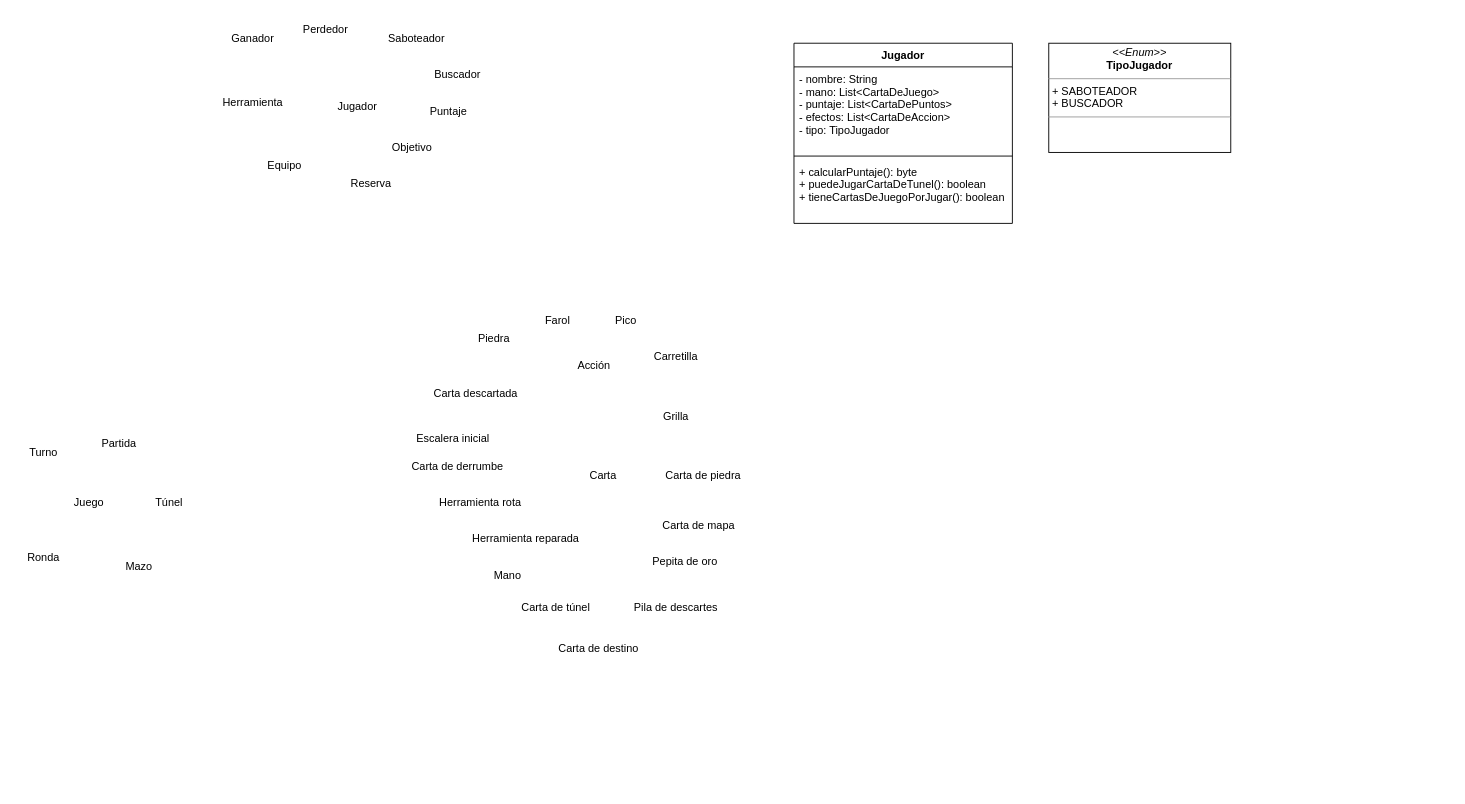
exe-quiel/saboteur-unlu-poo keeps this draw.io diagram as page "Sustantivos" (1 of 2) of Saboteur-UML.drawio. Above is the earlier version. Source tidied: cells renumbered, new cells numbered last; positions are measured from the earlier drawing's top-left corner, leaving out a move shared by most shapes. Both pictures are drawn from the tidied source at 91%, with x=0, y=0 at pixel (15, 15).
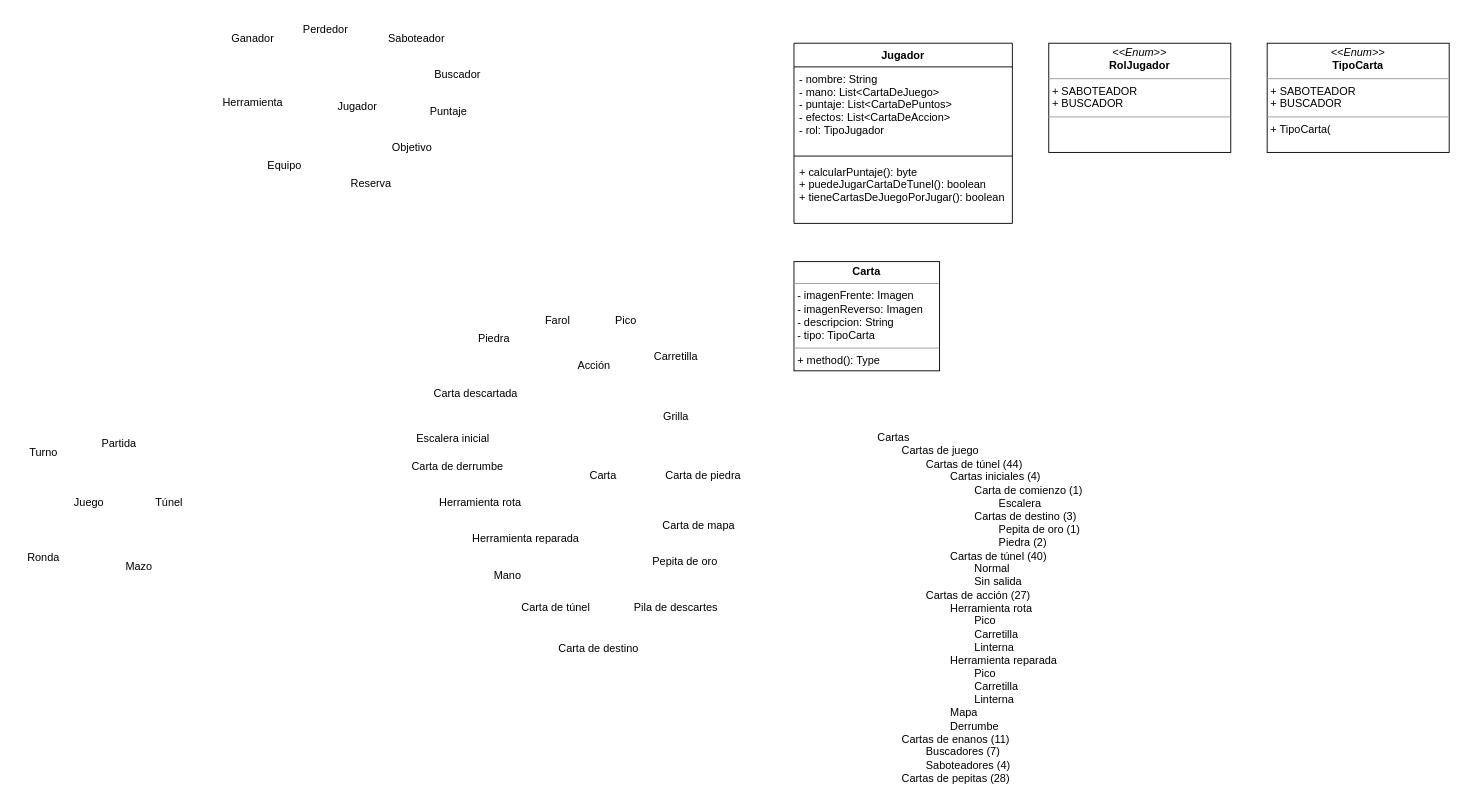
The same page after the edit.

Commit message:
Sumo jerarquía de cartas

Unchanged cells that the change refers to:
```xml
<mxCell id="37" value="Jugador" style="swimlane;fontStyle=1;align=center;verticalAlign=top;horizontal=1;startSize=26;" parent="1" vertex="1">
  <mxGeometry x="855" y="30" width="240" height="198" as="geometry" />
</mxCell>
```

Change to the diagram source:
```diff
@@
-    <mxCell id="38" value="- nombre: String&#10;- mano: List&lt;CartaDeJuego&gt;&#10;- puntaje: List&lt;CartaDePuntos&gt;&#10;- efectos: List&lt;CartaDeAccion&gt;&#10;- tipo: TipoJugador" style="text;strokeColor=none;fillColor=none;align=left;verticalAlign=top;spacingLeft=4;spacingRight=4;overflow=hidden;" parent="37" vertex="1">
+    <mxCell id="38" value="- nombre: String&#10;- mano: List&lt;CartaDeJuego&gt;&#10;- puntaje: List&lt;CartaDePuntos&gt;&#10;- efectos: List&lt;CartaDeAccion&gt;&#10;- rol: TipoJugador" style="text;strokeColor=none;fillColor=none;align=left;verticalAlign=top;spacingLeft=4;spacingRight=4;overflow=hidden;" parent="37" vertex="1">
       <mxGeometry y="26" width="240" height="94" as="geometry" />
     </mxCell>
@@
-    <mxCell id="41" value="&lt;p style=&quot;margin:0px;margin-top:4px;text-align:center;&quot;&gt;&lt;i&gt;&amp;lt;&amp;lt;Enum&amp;gt;&amp;gt;&lt;/i&gt;&lt;br&gt;&lt;b&gt;TipoJugador&lt;/b&gt;&lt;/p&gt;&lt;hr size=&quot;1&quot;&gt;&lt;p style=&quot;margin:0px;margin-left:4px;&quot;&gt;+ SABOTEADOR&lt;br&gt;+ BUSCADOR&lt;/p&gt;&lt;hr size=&quot;1&quot;&gt;&lt;p style=&quot;margin:0px;margin-left:4px;&quot;&gt;&lt;br&gt;&lt;/p&gt;" style="verticalAlign=top;align=left;overflow=fill;fontSize=12;fontFamily=Helvetica;html=1;" parent="1" vertex="1">
+    <mxCell id="41" value="&lt;p style=&quot;margin:0px;margin-top:4px;text-align:center;&quot;&gt;&lt;i&gt;&amp;lt;&amp;lt;Enum&amp;gt;&amp;gt;&lt;/i&gt;&lt;br&gt;&lt;b&gt;RolJugador&lt;/b&gt;&lt;/p&gt;&lt;hr size=&quot;1&quot;&gt;&lt;p style=&quot;margin:0px;margin-left:4px;&quot;&gt;+ SABOTEADOR&lt;br&gt;+ BUSCADOR&lt;/p&gt;&lt;hr size=&quot;1&quot;&gt;&lt;p style=&quot;margin:0px;margin-left:4px;&quot;&gt;&lt;br&gt;&lt;/p&gt;" style="verticalAlign=top;align=left;overflow=fill;fontSize=12;fontFamily=Helvetica;html=1;" parent="1" vertex="1">
       <mxGeometry x="1135" y="30" width="200" height="120" as="geometry" />
     </mxCell>
+    <mxCell id="42" value="&lt;p style=&quot;margin:0px;margin-top:4px;text-align:center;&quot;&gt;&lt;b&gt;Carta&lt;/b&gt;&lt;/p&gt;&lt;hr size=&quot;1&quot;&gt;&lt;p style=&quot;margin:0px;margin-left:4px;&quot;&gt;- imagenFrente: Imagen&lt;/p&gt;&lt;p style=&quot;margin:0px;margin-left:4px;&quot;&gt;- imagenReverso: Imagen&lt;/p&gt;&lt;p style=&quot;margin:0px;margin-left:4px;&quot;&gt;- descripcion: String&lt;/p&gt;&lt;p style=&quot;margin:0px;margin-left:4px;&quot;&gt;- tipo: TipoCarta&lt;/p&gt;&lt;hr size=&quot;1&quot;&gt;&lt;p style=&quot;margin:0px;margin-left:4px;&quot;&gt;+ method(): Type&lt;/p&gt;" style="verticalAlign=top;align=left;overflow=fill;fontSize=12;fontFamily=Helvetica;html=1;" parent="1" vertex="1">
+      <mxGeometry x="855" y="270" width="160" height="120" as="geometry" />
+    </mxCell>
+    <mxCell id="43" value="&lt;p style=&quot;margin:0px;margin-top:4px;text-align:center;&quot;&gt;&lt;i&gt;&amp;lt;&amp;lt;Enum&amp;gt;&amp;gt;&lt;/i&gt;&lt;br&gt;&lt;b&gt;TipoCarta&lt;/b&gt;&lt;/p&gt;&lt;hr size=&quot;1&quot;&gt;&lt;p style=&quot;margin:0px;margin-left:4px;&quot;&gt;+ SABOTEADOR&lt;br&gt;+ BUSCADOR&lt;/p&gt;&lt;hr size=&quot;1&quot;&gt;&lt;p style=&quot;margin:0px;margin-left:4px;&quot;&gt;+ TipoCarta(&lt;/p&gt;" style="verticalAlign=top;align=left;overflow=fill;fontSize=12;fontFamily=Helvetica;html=1;" parent="1" vertex="1">
+      <mxGeometry x="1375" y="30" width="200" height="120" as="geometry" />
+    </mxCell>
+    <mxCell id="44" value="Cartas&lt;br&gt;&lt;span style=&quot;white-space: pre;&quot;&gt;&#9;&lt;/span&gt;Cartas de juego&lt;br&gt;&lt;span style=&quot;white-space: pre;&quot;&gt;&#9;&lt;/span&gt;&lt;span style=&quot;white-space: pre;&quot;&gt;&#9;&lt;/span&gt;Cartas de túnel (44)&lt;br&gt;&lt;span style=&quot;white-space: pre;&quot;&gt;&#9;&lt;/span&gt;&lt;span style=&quot;white-space: pre;&quot;&gt;&#9;&lt;/span&gt;&lt;span style=&quot;white-space: pre;&quot;&gt;&#9;&lt;/span&gt;Cartas iniciales (4)&lt;br&gt;&lt;span style=&quot;white-space: pre;&quot;&gt;&#9;&lt;/span&gt;&lt;span style=&quot;white-space: pre;&quot;&gt;&#9;&lt;/span&gt;&lt;span style=&quot;white-space: pre;&quot;&gt;&#9;&lt;/span&gt;&lt;span style=&quot;white-space: pre;&quot;&gt;&#9;&lt;/span&gt;Carta de comienzo (1)&lt;br&gt;&lt;span style=&quot;white-space: pre;&quot;&gt;&#9;&lt;/span&gt;&lt;span style=&quot;white-space: pre;&quot;&gt;&#9;&lt;/span&gt;&lt;span style=&quot;white-space: pre;&quot;&gt;&#9;&lt;/span&gt;&lt;span style=&quot;white-space: pre;&quot;&gt;&#9;&lt;/span&gt;&lt;span style=&quot;white-space: pre;&quot;&gt;&#9;&lt;/span&gt;Escalera&lt;br&gt;&lt;span style=&quot;white-space: pre;&quot;&gt;&#9;&lt;/span&gt;&lt;span style=&quot;white-space: pre;&quot;&gt;&#9;&lt;/span&gt;&lt;span style=&quot;white-space: pre;&quot;&gt;&#9;&lt;/span&gt;&lt;span style=&quot;white-space: pre;&quot;&gt;&#9;&lt;/span&gt;Cartas de destino (3)&lt;br&gt;&lt;span style=&quot;background-color: initial;&quot;&gt;&lt;span style=&quot;white-space: pre;&quot;&gt;&#9;&lt;/span&gt;&lt;span style=&quot;white-space: pre;&quot;&gt;&#9;&lt;/span&gt;&lt;span style=&quot;white-space: pre;&quot;&gt;&#9;&lt;/span&gt;&lt;span style=&quot;white-space: pre;&quot;&gt;&#9;&lt;/span&gt;&lt;span style=&quot;white-space: pre;&quot;&gt;&#9;&lt;/span&gt;Pepita de oro (1)&lt;br&gt;&lt;/span&gt;&lt;span style=&quot;background-color: initial;&quot;&gt;&lt;span style=&quot;white-space: pre;&quot;&gt;&#9;&lt;/span&gt;&lt;span style=&quot;white-space: pre;&quot;&gt;&#9;&lt;/span&gt;&lt;span style=&quot;white-space: pre;&quot;&gt;&#9;&lt;/span&gt;&lt;span style=&quot;white-space: pre;&quot;&gt;&#9;&lt;/span&gt;&lt;span style=&quot;white-space: pre;&quot;&gt;&#9;&lt;/span&gt;Piedra (2)&lt;/span&gt;&lt;span style=&quot;background-color: initial;&quot;&gt;&lt;br&gt;&lt;/span&gt;&lt;span style=&quot;white-space: pre;&quot;&gt;&#9;&lt;/span&gt;&lt;span style=&quot;white-space: pre;&quot;&gt;&#9;&lt;/span&gt;&lt;span style=&quot;white-space: pre;&quot;&gt;&#9;&lt;/span&gt;Cartas de túnel (40)&lt;br&gt;&lt;span style=&quot;white-space: pre;&quot;&gt;&#9;&lt;/span&gt;&lt;span style=&quot;white-space: pre;&quot;&gt;&#9;&lt;/span&gt;&lt;span style=&quot;white-space: pre;&quot;&gt;&#9;&lt;/span&gt;&lt;span style=&quot;white-space: pre;&quot;&gt;&#9;&lt;/span&gt;Normal&lt;br&gt;&lt;span style=&quot;white-space: pre;&quot;&gt;&#9;&lt;/span&gt;&lt;span style=&quot;white-space: pre;&quot;&gt;&#9;&lt;/span&gt;&lt;span style=&quot;white-space: pre;&quot;&gt;&#9;&lt;/span&gt;&lt;span style=&quot;white-space: pre;&quot;&gt;&#9;&lt;/span&gt;Sin salida&lt;br&gt;&lt;span style=&quot;background-color: initial;&quot;&gt;&lt;span style=&quot;white-space: pre;&quot;&gt;&#9;&lt;/span&gt;&lt;span style=&quot;white-space: pre;&quot;&gt;&#9;&lt;/span&gt;Cartas de acción (27)&lt;br&gt;&lt;/span&gt;&lt;span style=&quot;background-color: initial;&quot;&gt;&lt;span style=&quot;white-space: pre;&quot;&gt;&#9;&lt;/span&gt;&lt;span style=&quot;white-space: pre;&quot;&gt;&#9;&lt;span style=&quot;white-space: pre;&quot;&gt;&#9;&lt;/span&gt;&lt;/span&gt;Herramienta rota&lt;br&gt;&lt;/span&gt;&lt;span style=&quot;background-color: initial;&quot;&gt;&lt;span style=&quot;white-space: pre;&quot;&gt;&#9;&lt;/span&gt;&lt;span style=&quot;white-space: pre;&quot;&gt;&#9;&lt;/span&gt;&lt;span style=&quot;white-space: pre;&quot;&gt;&#9;&lt;/span&gt;&lt;span style=&quot;white-space: pre;&quot;&gt;&#9;&lt;/span&gt;Pico&lt;br&gt;&lt;/span&gt;&lt;span style=&quot;background-color: initial;&quot;&gt;&lt;span style=&quot;white-space: pre;&quot;&gt;&#9;&lt;/span&gt;&lt;span style=&quot;white-space: pre;&quot;&gt;&#9;&lt;/span&gt;&lt;span style=&quot;white-space: pre;&quot;&gt;&#9;&lt;/span&gt;&lt;span style=&quot;white-space: pre;&quot;&gt;&#9;&lt;/span&gt;Carretilla&lt;br&gt;&lt;/span&gt;&lt;span style=&quot;background-color: initial;&quot;&gt;&lt;span style=&quot;white-space: pre;&quot;&gt;&#9;&lt;/span&gt;&lt;span style=&quot;white-space: pre;&quot;&gt;&#9;&lt;/span&gt;&lt;span style=&quot;white-space: pre;&quot;&gt;&#9;&lt;/span&gt;&lt;span style=&quot;white-space: pre;&quot;&gt;&#9;&lt;/span&gt;Linterna&lt;br&gt;&lt;/span&gt;&lt;span style=&quot;background-color: initial;&quot;&gt;&lt;span style=&quot;white-space: pre;&quot;&gt;&#9;&lt;/span&gt;&lt;span style=&quot;white-space: pre;&quot;&gt;&#9;&lt;/span&gt;&lt;span style=&quot;white-space: pre;&quot;&gt;&#9;&lt;/span&gt;Herramienta reparada&lt;br&gt;&lt;/span&gt;&lt;span style=&quot;background-color: initial;&quot;&gt;&lt;span style=&quot;white-space: pre;&quot;&gt;&#9;&lt;/span&gt;&lt;span style=&quot;white-space: pre;&quot;&gt;&#9;&lt;/span&gt;&lt;span style=&quot;white-space: pre;&quot;&gt;&#9;&lt;/span&gt;&lt;span style=&quot;white-space: pre;&quot;&gt;&#9;&lt;/span&gt;Pico&lt;br&gt;&lt;/span&gt;&lt;span style=&quot;background-color: initial;&quot;&gt;&lt;span style=&quot;white-space: pre;&quot;&gt;&#9;&lt;/span&gt;&lt;span style=&quot;white-space: pre;&quot;&gt;&#9;&lt;/span&gt;&lt;span style=&quot;white-space: pre;&quot;&gt;&#9;&lt;/span&gt;&lt;span style=&quot;white-space: pre;&quot;&gt;&#9;&lt;/span&gt;Carretilla&lt;br&gt;&lt;/span&gt;&lt;span style=&quot;background-color: initial; white-space: pre;&quot;&gt;&lt;span style=&quot;white-space: pre;&quot;&gt;&#9;&lt;/span&gt;&lt;span style=&quot;white-space: pre;&quot;&gt;&#9;&lt;/span&gt;&lt;span style=&quot;white-space: pre;&quot;&gt;&#9;&lt;/span&gt;&lt;span style=&quot;white-space: pre;&quot;&gt;&#9;&lt;/span&gt;L&lt;/span&gt;&lt;span style=&quot;background-color: initial;&quot;&gt;interna&lt;br&gt;&lt;/span&gt;&lt;span style=&quot;background-color: initial;&quot;&gt;&lt;span style=&quot;white-space: pre;&quot;&gt;&#9;&lt;/span&gt;&lt;span style=&quot;white-space: pre;&quot;&gt;&#9;&lt;/span&gt;&lt;span style=&quot;white-space: pre;&quot;&gt;&#9;&lt;/span&gt;Mapa&lt;br&gt;&lt;/span&gt;&lt;span style=&quot;background-color: initial;&quot;&gt;&lt;span style=&quot;white-space: pre;&quot;&gt;&#9;&lt;/span&gt;&lt;span style=&quot;white-space: pre;&quot;&gt;&#9;&lt;/span&gt;&lt;span style=&quot;white-space: pre;&quot;&gt;&#9;&lt;/span&gt;Derrumbe&lt;br&gt;&lt;/span&gt;&lt;span style=&quot;white-space: pre;&quot;&gt;&#9;&lt;/span&gt;Cartas de enanos (11)&lt;br&gt;&lt;span style=&quot;white-space: pre;&quot;&gt;&#9;&lt;/span&gt;&lt;span style=&quot;white-space: pre;&quot;&gt;&#9;&lt;/span&gt;Buscadores (7)&lt;br&gt;&lt;span style=&quot;white-space: pre;&quot;&gt;&#9;&lt;/span&gt;&lt;span style=&quot;white-space: pre;&quot;&gt;&#9;&lt;/span&gt;Saboteadores (4)&lt;br&gt;&lt;span style=&quot;white-space: pre;&quot;&gt;&#9;&lt;/span&gt;Cartas de pepitas (28)" style="text;html=1;align=left;verticalAlign=top;strokeColor=none;fillColor=none;" parent="1" vertex="1">
+      <mxGeometry x="945" y="450" width="250" height="400" as="geometry" />
+    </mxCell>
```
